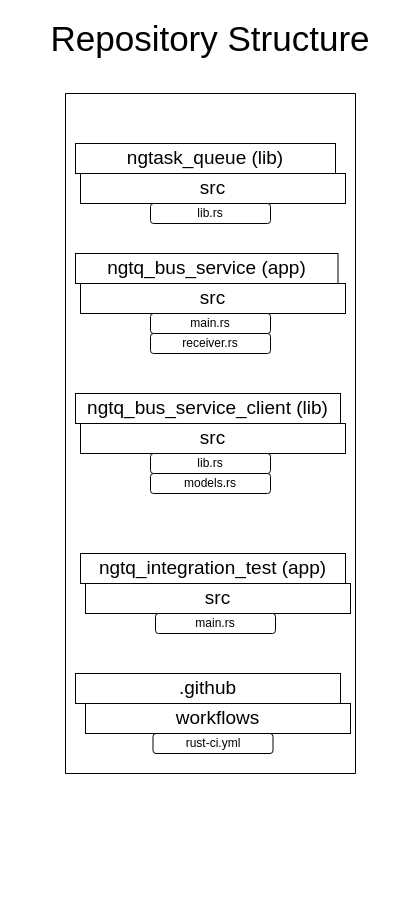
Before: page "Repo Structure" (1 of 3) of Docs/BusStructure.drawio in NGDeveloper125/NGTQ_BusService, a draw.io diagram. Source tidied: cells renumbered, new cells numbered last; positions are measured from the earlier drawing's top-left corner, leaving out a move shared by most shapes. Both pictures are drawn from the tidied source at 100%, with x=0, y=0 at pixel (17, 23).
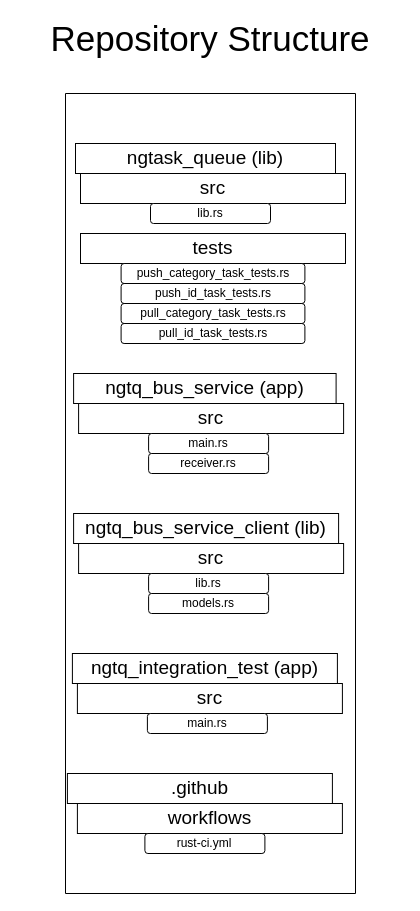
The same diagram, later.

Commit message (it also covers changes not shown here):
fix tests after git action build fail on tests

The edit, as a diff of the source:
```diff
@@
     <mxCell id="2" style="swimlane;startSize=0;" parent="1" vertex="1">
-      <mxGeometry x="48" y="70" width="290" height="680" as="geometry" />
+      <mxGeometry x="48" y="70" width="290" height="800" as="geometry" />
     </mxCell>
@@
     <mxCell id="4" value="ngtq_bus_service (app)" style="rounded=0;whiteSpace=wrap;html=1;fontSize=19;" parent="2" vertex="1">
-      <mxGeometry x="10" y="160" width="262.5" height="30" as="geometry" />
+      <mxGeometry x="8.1" y="280" width="262.5" height="30" as="geometry" />
     </mxCell>
     <mxCell id="5" value="ngtq_bus_service_client (lib)" style="rounded=0;whiteSpace=wrap;html=1;fontSize=19;" parent="2" vertex="1">
-      <mxGeometry x="10" y="300" width="265" height="30" as="geometry" />
+      <mxGeometry x="8.1" y="420" width="265" height="30" as="geometry" />
     </mxCell>
     <mxCell id="6" value="ngtq_integration_test (app)" style="rounded=0;whiteSpace=wrap;html=1;fontSize=19;" parent="2" vertex="1">
-      <mxGeometry x="15" y="460" width="265" height="30" as="geometry" />
+      <mxGeometry x="6.9" y="560" width="265" height="30" as="geometry" />
     </mxCell>
     <mxCell id="7" value=".github" style="rounded=0;whiteSpace=wrap;html=1;fontSize=19;" parent="2" vertex="1">
-      <mxGeometry x="10" y="580" width="265" height="30" as="geometry" />
+      <mxGeometry x="1.9" y="680" width="265" height="30" as="geometry" />
     </mxCell>
     <mxCell id="8" value="workflows" style="rounded=0;whiteSpace=wrap;html=1;fontSize=19;" parent="2" vertex="1">
-      <mxGeometry x="20" y="610" width="265" height="30" as="geometry" />
+      <mxGeometry x="11.9" y="710" width="265" height="30" as="geometry" />
     </mxCell>
     <mxCell id="9" value="rust-ci.yml" style="rounded=1;whiteSpace=wrap;html=1;" parent="2" vertex="1">
-      <mxGeometry x="87.5" y="640" width="120" height="20" as="geometry" />
+      <mxGeometry x="79.4" y="740" width="120" height="20" as="geometry" />
     </mxCell>
@@
     <mxCell id="12" value="src" style="rounded=0;whiteSpace=wrap;html=1;fontSize=19;" parent="2" vertex="1">
-      <mxGeometry x="15" y="190" width="265" height="30" as="geometry" />
+      <mxGeometry x="13.1" y="310" width="265" height="30" as="geometry" />
     </mxCell>
     <mxCell id="13" value="main.rs" style="rounded=1;whiteSpace=wrap;html=1;" parent="2" vertex="1">
-      <mxGeometry x="85" y="220" width="120" height="20" as="geometry" />
+      <mxGeometry x="83.1" y="340" width="120" height="20" as="geometry" />
     </mxCell>
     <mxCell id="14" value="receiver.rs" style="rounded=1;whiteSpace=wrap;html=1;" parent="2" vertex="1">
-      <mxGeometry x="85" y="240" width="120" height="20" as="geometry" />
+      <mxGeometry x="83.1" y="360" width="120" height="20" as="geometry" />
     </mxCell>
     <mxCell id="15" value="src" style="rounded=0;whiteSpace=wrap;html=1;fontSize=19;" parent="2" vertex="1">
-      <mxGeometry x="15" y="330" width="265" height="30" as="geometry" />
+      <mxGeometry x="13.1" y="450" width="265" height="30" as="geometry" />
     </mxCell>
     <mxCell id="16" value="lib.rs" style="rounded=1;whiteSpace=wrap;html=1;" parent="2" vertex="1">
-      <mxGeometry x="85" y="360" width="120" height="20" as="geometry" />
+      <mxGeometry x="83.1" y="480" width="120" height="20" as="geometry" />
     </mxCell>
     <mxCell id="17" value="models.rs" style="rounded=1;whiteSpace=wrap;html=1;" parent="2" vertex="1">
-      <mxGeometry x="85" y="380" width="120" height="20" as="geometry" />
+      <mxGeometry x="83.1" y="500" width="120" height="20" as="geometry" />
     </mxCell>
     <mxCell id="18" value="src" style="rounded=0;whiteSpace=wrap;html=1;fontSize=19;" parent="2" vertex="1">
-      <mxGeometry x="20" y="490" width="265" height="30" as="geometry" />
+      <mxGeometry x="11.9" y="590" width="265" height="30" as="geometry" />
     </mxCell>
     <mxCell id="19" value="main.rs" style="rounded=1;whiteSpace=wrap;html=1;" parent="2" vertex="1">
-      <mxGeometry x="90" y="520" width="120" height="20" as="geometry" />
+      <mxGeometry x="81.9" y="620" width="120" height="20" as="geometry" />
     </mxCell>
+    <mxCell id="21" value="tests" style="rounded=0;whiteSpace=wrap;html=1;fontSize=19;" parent="2" vertex="1">
+      <mxGeometry x="15" y="140" width="265" height="30" as="geometry" />
+    </mxCell>
+    <mxCell id="22" value="push_category_task_tests.rs" style="rounded=1;whiteSpace=wrap;html=1;" parent="2" vertex="1">
+      <mxGeometry x="55.6" y="170" width="183.8" height="20" as="geometry" />
+    </mxCell>
+    <mxCell id="23" value="push_id_task_tests.rs" style="rounded=1;whiteSpace=wrap;html=1;" parent="2" vertex="1">
+      <mxGeometry x="55.6" y="190" width="183.8" height="20" as="geometry" />
+    </mxCell>
+    <mxCell id="24" value="pull_category_task_tests.rs" style="rounded=1;whiteSpace=wrap;html=1;" parent="2" vertex="1">
+      <mxGeometry x="55.6" y="210" width="183.8" height="20" as="geometry" />
+    </mxCell>
+    <mxCell id="25" value="pull_id_task_tests.rs" style="rounded=1;whiteSpace=wrap;html=1;" parent="2" vertex="1">
+      <mxGeometry x="55.6" y="230" width="183.8" height="20" as="geometry" />
+    </mxCell>
```
